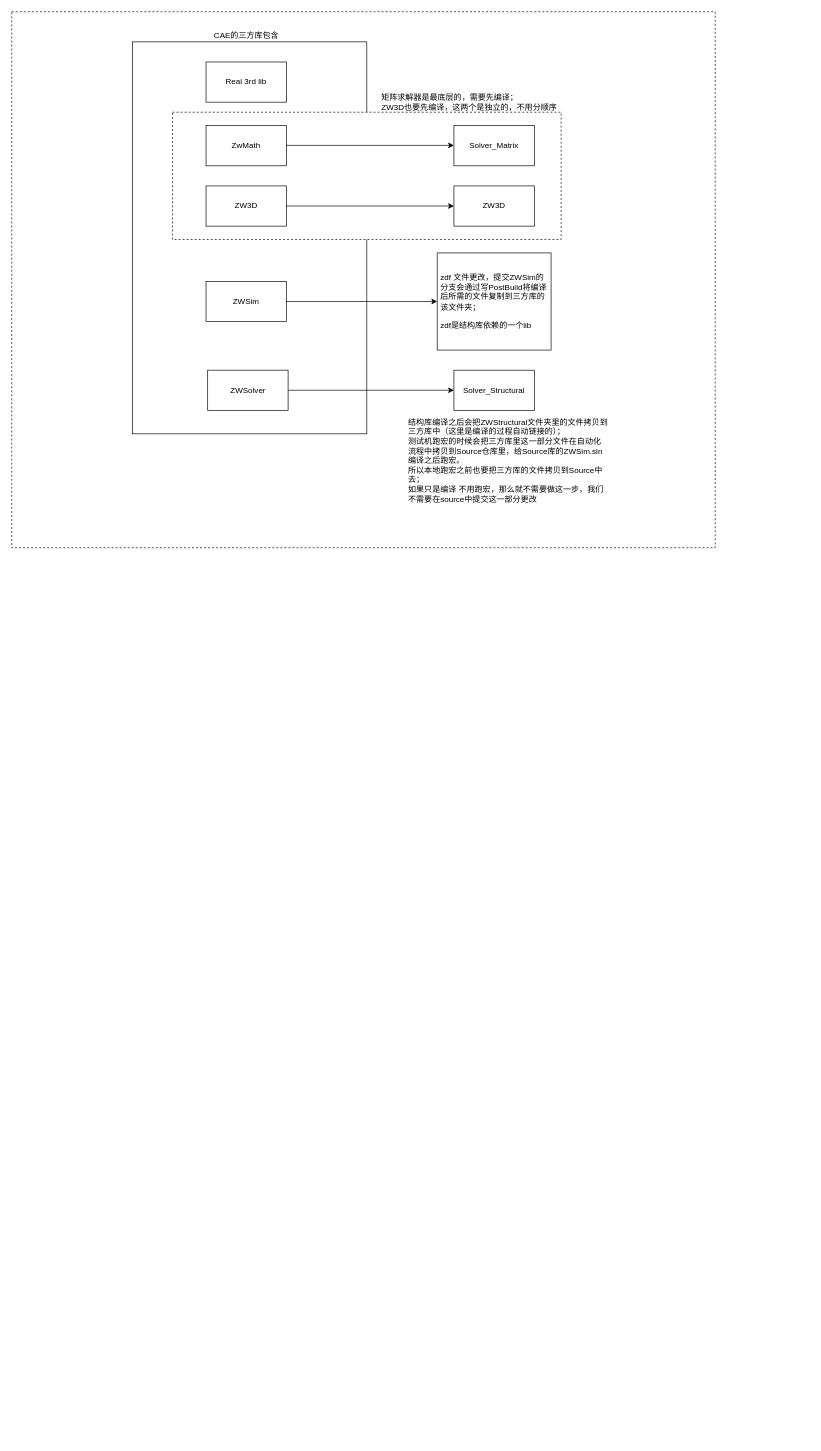
YingSi163/Effy keeps this draw.io diagram as CAE_3rd.drawio. Above is the earlier version. Source tidied: cells renumbered, new cells numbered last; positions are measured from the earlier drawing's top-left corner, leaving out a move shared by most shapes. Both pictures are drawn from the tidied source at 67%, with x=0, y=0 at pixel (11, 11).
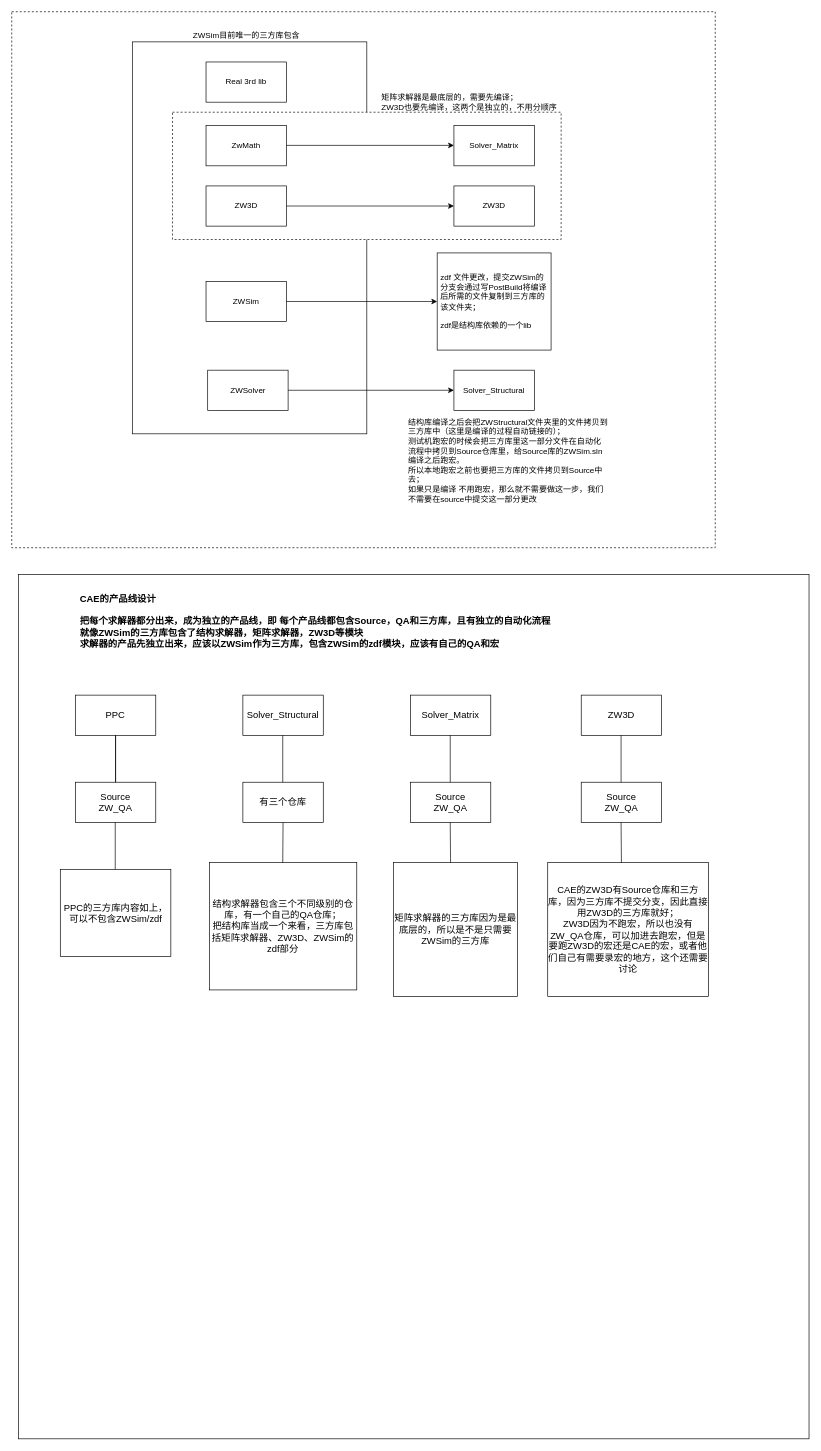
The same page after the edit.

Diff of the diagram source:
```diff
@@
-    <mxCell id="5" value="CAE的三方库包含" style="text;html=1;align=center;verticalAlign=middle;strokeColor=none;fillColor=none;" parent="1" vertex="1">
-      <mxGeometry x="290" y="20" width="120" height="30" as="geometry" />
+    <mxCell id="5" value="ZWSim目前唯一的三方库包含" style="text;html=1;align=center;verticalAlign=middle;strokeColor=none;fillColor=none;" parent="1" vertex="1">
+      <mxGeometry x="260" y="20" width="180" height="30" as="geometry" />
     </mxCell>
@@
+    <mxCell id="21" style="rounded=0;whiteSpace=wrap;html=1;" parent="1" vertex="1">
+      <mxGeometry x="10" y="840" width="1180" height="1290" as="geometry" />
+    </mxCell>
+    <mxCell id="22" value="CAE的产品线设计&lt;br&gt;&lt;br&gt;把每个求解器都分出来，成为独立的产品线，即 每个产品线都包含Source，QA和三方库，且有独立的自动化流程&lt;br&gt;就像ZWSim的三方库包含了结构求解器，矩阵求解器，ZW3D等模块&lt;br&gt;求解器的产品先独立出来，应该以ZWSim作为三方库，包含ZWSim的zdf模块，应该有自己的QA和宏" style="text;html=1;strokeColor=none;fillColor=none;align=left;verticalAlign=middle;whiteSpace=wrap;rounded=0;fontSize=14;fontStyle=1;" parent="1" vertex="1">
+      <mxGeometry x="100" y="880" width="970" height="60" as="geometry" />
+    </mxCell>
+    <mxCell id="23" value="ZW3D" style="rounded=0;whiteSpace=wrap;html=1;fontSize=14;" parent="1" vertex="1">
+      <mxGeometry x="850" y="1020" width="120" height="60" as="geometry" />
+    </mxCell>
+    <mxCell id="24" value="Solver_Matrix" style="rounded=0;whiteSpace=wrap;html=1;fontSize=14;" parent="1" vertex="1">
+      <mxGeometry x="595" y="1020" width="120" height="60" as="geometry" />
+    </mxCell>
+    <mxCell id="25" value="PPC" style="rounded=0;whiteSpace=wrap;html=1;fontSize=14;" parent="1" vertex="1">
+      <mxGeometry x="95" y="1020" width="120" height="60" as="geometry" />
+    </mxCell>
+    <mxCell id="26" value="Solver_Structural" style="rounded=0;whiteSpace=wrap;html=1;fontSize=14;" parent="1" vertex="1">
+      <mxGeometry x="345" y="1020" width="120" height="60" as="geometry" />
+    </mxCell>
+    <mxCell id="27" value="Source&lt;br&gt;ZW_QA" style="rounded=0;whiteSpace=wrap;html=1;fontSize=14;" parent="1" vertex="1">
+      <mxGeometry x="95" y="1150" width="120" height="60" as="geometry" />
+    </mxCell>
+    <mxCell id="28" value="PPC的三方库内容如上，可以不包含ZWSim/zdf" style="rounded=0;whiteSpace=wrap;html=1;fontSize=14;" parent="1" vertex="1">
+      <mxGeometry x="72.5" y="1280" width="165" height="130" as="geometry" />
+    </mxCell>
+    <mxCell id="29" value="有三个仓库" style="rounded=0;whiteSpace=wrap;html=1;fontSize=14;" parent="1" vertex="1">
+      <mxGeometry x="345" y="1150" width="120" height="60" as="geometry" />
+    </mxCell>
+    <mxCell id="30" value="Source&lt;br&gt;ZW_QA" style="rounded=0;whiteSpace=wrap;html=1;fontSize=14;" parent="1" vertex="1">
+      <mxGeometry x="595" y="1150" width="120" height="60" as="geometry" />
+    </mxCell>
+    <mxCell id="31" value="矩阵求解器的三方库因为是最底层的，所以是不是只需要ZWSim的三方库" style="rounded=0;whiteSpace=wrap;html=1;fontSize=14;" parent="1" vertex="1">
+      <mxGeometry x="570" y="1270" width="185" height="200" as="geometry" />
+    </mxCell>
+    <mxCell id="32" value="结构求解器包含三个不同级别的仓库，有一个自己的QA仓库；&lt;br&gt;把结构库当成一个来看，三方库包括矩阵求解器、ZW3D、ZWSim的zdf部分" style="rounded=0;whiteSpace=wrap;html=1;fontSize=14;" parent="1" vertex="1">
+      <mxGeometry x="295" y="1270" width="220" height="190" as="geometry" />
+    </mxCell>
+    <mxCell id="33" value="Source&lt;br&gt;ZW_QA" style="rounded=0;whiteSpace=wrap;html=1;fontSize=14;" parent="1" vertex="1">
+      <mxGeometry x="850" y="1150" width="120" height="60" as="geometry" />
+    </mxCell>
+    <mxCell id="34" value="CAE的ZW3D有Source仓库和三方库，因为三方库不提交分支，因此直接用ZW3D的三方库就好；&lt;br&gt;ZW3D因为不跑宏，所以也没有ZW_QA仓库，可以加进去跑宏，但是要跑ZW3D的宏还是CAE的宏，或者他们自己有需要录宏的地方，这个还需要讨论" style="rounded=0;whiteSpace=wrap;html=1;fontSize=14;" parent="1" vertex="1">
+      <mxGeometry x="800" y="1270" width="240" height="200" as="geometry" />
+    </mxCell>
+    <mxCell id="35" style="endArrow=none;html=1;rounded=0;fontSize=14;entryX=0.5;entryY=1;entryDx=0;entryDy=0;exitX=0.5;exitY=0;exitDx=0;exitDy=0;" parent="1" edge="1" source="27" target="25">
+      <mxGeometry relative="1" as="geometry" />
+    </mxCell>
+    <mxCell id="36" style="endArrow=none;html=1;rounded=0;fontSize=14;entryX=0.5;entryY=1;entryDx=0;entryDy=0;exitX=0.5;exitY=0;exitDx=0;exitDy=0;" parent="1" edge="1">
+      <mxGeometry relative="1" as="geometry">
+        <mxPoint x="154.5" y="1280" as="sourcePoint" />
+        <mxPoint x="154.5" y="1210" as="targetPoint" />
+      </mxGeometry>
+    </mxCell>
+    <mxCell id="37" style="endArrow=none;html=1;rounded=0;fontSize=14;entryX=0.5;entryY=1;entryDx=0;entryDy=0;exitX=0.5;exitY=0;exitDx=0;exitDy=0;" parent="1" edge="1">
+      <mxGeometry relative="1" as="geometry">
+        <mxPoint x="404.5" y="1150" as="sourcePoint" />
+        <mxPoint x="404.5" y="1080" as="targetPoint" />
+      </mxGeometry>
+    </mxCell>
+    <mxCell id="38" style="endArrow=none;html=1;rounded=0;fontSize=14;entryX=0.5;entryY=1;entryDx=0;entryDy=0;exitX=0.5;exitY=0;exitDx=0;exitDy=0;" parent="1" edge="1" target="29">
+      <mxGeometry relative="1" as="geometry">
+        <mxPoint x="404.5" y="1270" as="sourcePoint" />
+      </mxGeometry>
+    </mxCell>
+    <mxCell id="39" style="endArrow=none;html=1;rounded=0;fontSize=14;entryX=0.5;entryY=1;entryDx=0;entryDy=0;exitX=0.5;exitY=0;exitDx=0;exitDy=0;" parent="1" edge="1">
+      <mxGeometry relative="1" as="geometry">
+        <mxPoint x="155" y="1150" as="sourcePoint" />
+        <mxPoint x="155" y="1080" as="targetPoint" />
+      </mxGeometry>
+    </mxCell>
+    <mxCell id="40" style="endArrow=none;html=1;rounded=0;fontSize=14;entryX=0.5;entryY=1;entryDx=0;entryDy=0;exitX=0.5;exitY=0;exitDx=0;exitDy=0;" parent="1" edge="1">
+      <mxGeometry relative="1" as="geometry">
+        <mxPoint x="654.5" y="1150" as="sourcePoint" />
+        <mxPoint x="654.5" y="1080" as="targetPoint" />
+      </mxGeometry>
+    </mxCell>
+    <mxCell id="41" style="endArrow=none;html=1;rounded=0;fontSize=14;entryX=0.5;entryY=1;entryDx=0;entryDy=0;" parent="1" edge="1">
+      <mxGeometry relative="1" as="geometry">
+        <mxPoint x="655" y="1270" as="sourcePoint" />
+        <mxPoint x="654.5" y="1210" as="targetPoint" />
+      </mxGeometry>
+    </mxCell>
+    <mxCell id="42" style="endArrow=none;html=1;rounded=0;fontSize=14;entryX=0.5;entryY=1;entryDx=0;entryDy=0;exitX=0.5;exitY=0;exitDx=0;exitDy=0;" parent="1" edge="1">
+      <mxGeometry relative="1" as="geometry">
+        <mxPoint x="909.5" y="1150" as="sourcePoint" />
+        <mxPoint x="909.5" y="1080" as="targetPoint" />
+      </mxGeometry>
+    </mxCell>
+    <mxCell id="43" style="endArrow=none;html=1;rounded=0;fontSize=14;entryX=0.5;entryY=1;entryDx=0;entryDy=0;" parent="1" edge="1">
+      <mxGeometry relative="1" as="geometry">
+        <mxPoint x="910" y="1270" as="sourcePoint" />
+        <mxPoint x="909.5" y="1210" as="targetPoint" />
+      </mxGeometry>
+    </mxCell>
```
